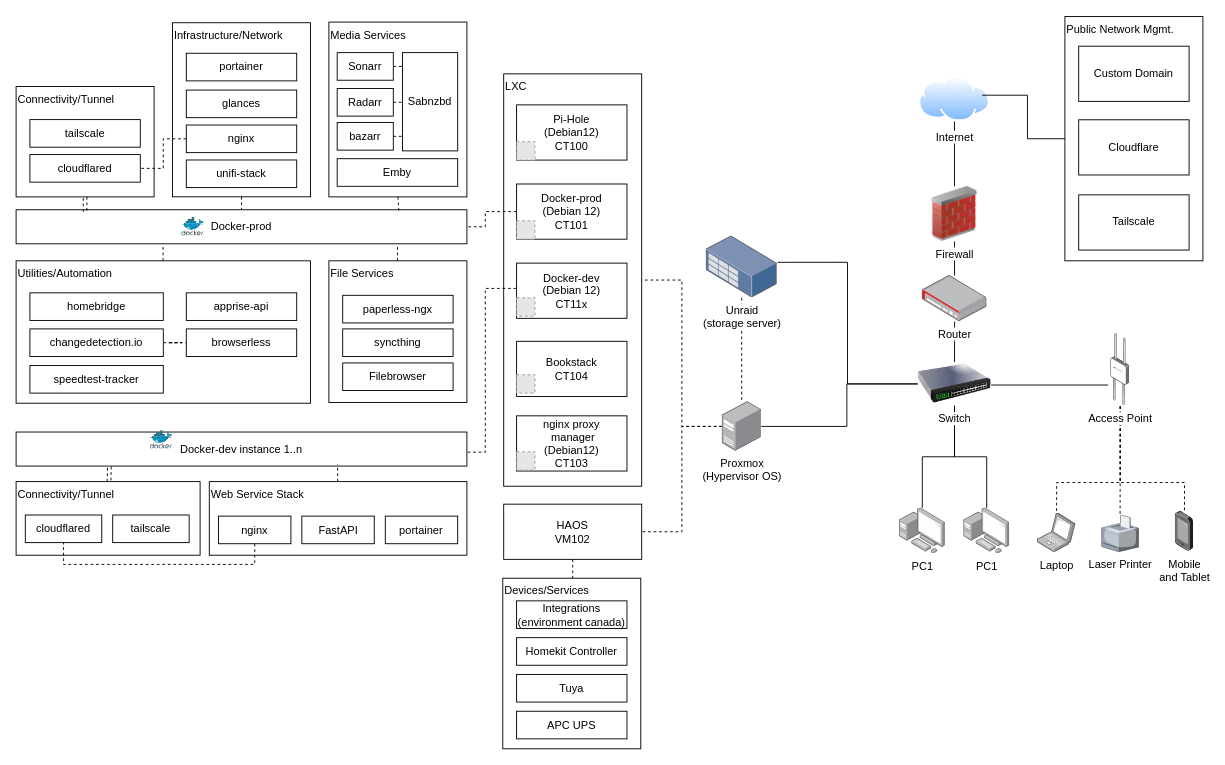
Earlier version of the draw.io diagram 92king_homelab.drawio (danieljai/homelab). Source tidied: cells renumbered, new cells numbered last; positions are measured from the earlier drawing's top-left corner, leaving out a move shared by most shapes. Both pictures are drawn from the tidied source at 92%, with x=0, y=0 at pixel (16, 16). Pictures stored in the file or linked from it are replaced by grey dashed boxes.
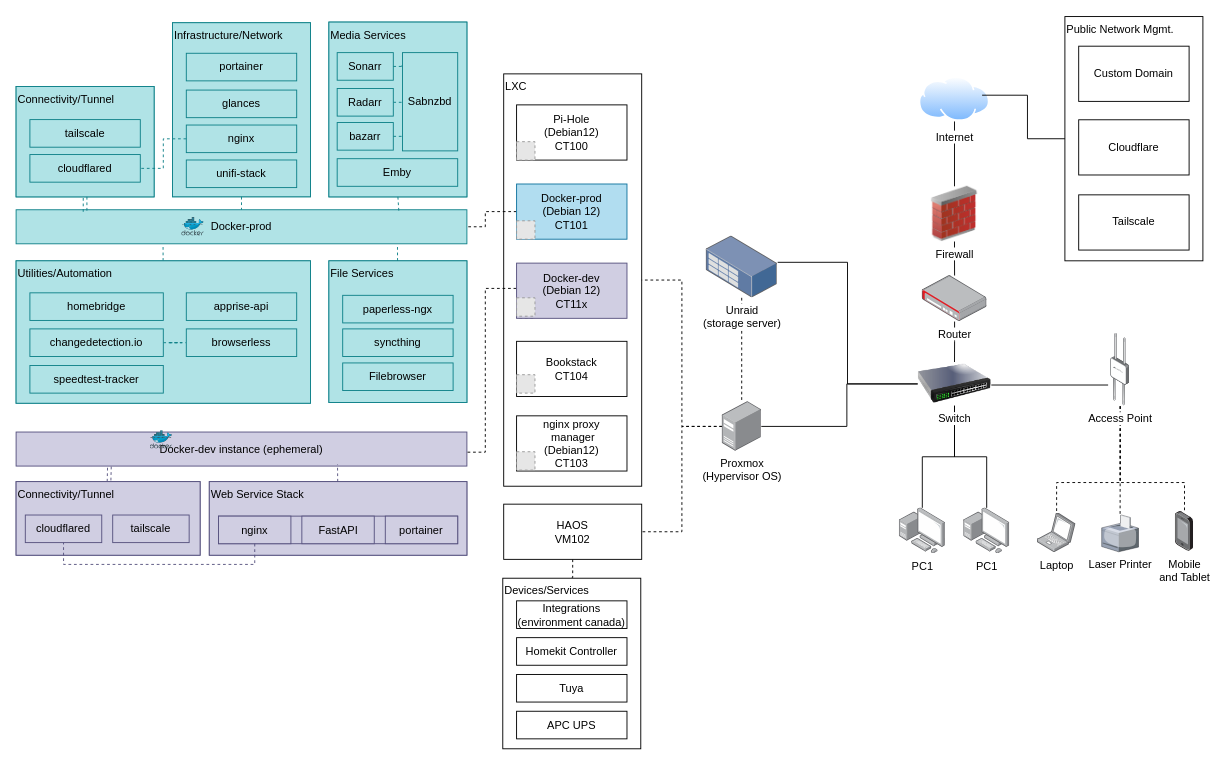
Above is the later version.

Commit message:
add colour coding

Change to the diagram source:
```diff
@@
-    <mxCell id="4" value="Docker-prod&lt;div&gt;(Debian 12)&lt;br&gt;&lt;div&gt;&lt;div&gt;CT101&lt;/div&gt;&lt;/div&gt;&lt;/div&gt;" style="rounded=0;whiteSpace=wrap;html=1;" parent="1" vertex="1">
+    <mxCell id="4" value="Docker-prod&lt;div&gt;(Debian 12)&lt;br&gt;&lt;div&gt;&lt;div&gt;CT101&lt;/div&gt;&lt;/div&gt;&lt;/div&gt;" style="rounded=0;whiteSpace=wrap;html=1;fillColor=#b1ddf0;strokeColor=#10739e;" parent="1" vertex="1">
       <mxGeometry x="544" y="182.5" width="120" height="60" as="geometry" />
     </mxCell>
@@
-    <mxCell id="22" style="group;" parent="1" vertex="1">
+    <mxCell id="22" style="group;fillColor=#b0e3e6;strokeColor=#0e8088;" parent="1" vertex="1">
       <mxGeometry x="170" y="7.2" width="150" height="189.2" as="geometry" />
     </mxCell>
-    <mxCell id="23" value="Infrastructure/Network" style="rounded=0;whiteSpace=wrap;html=1;align=left;verticalAlign=top;" parent="22" vertex="1">
+    <mxCell id="23" value="Infrastructure/Network" style="rounded=0;whiteSpace=wrap;html=1;align=left;verticalAlign=top;fillColor=#b0e3e6;strokeColor=#0e8088;" parent="22" vertex="1">
       <mxGeometry width="150" height="189.2" as="geometry" />
     </mxCell>
-    <mxCell id="24" value="glances" style="rounded=0;whiteSpace=wrap;html=1;" parent="22" vertex="1">
+    <mxCell id="24" value="glances" style="rounded=0;whiteSpace=wrap;html=1;fillColor=#b0e3e6;strokeColor=#0e8088;" parent="22" vertex="1">
       <mxGeometry x="15" y="73.2" width="120" height="30" as="geometry" />
     </mxCell>
-    <mxCell id="25" value="portainer" style="rounded=0;whiteSpace=wrap;html=1;" parent="22" vertex="1">
+    <mxCell id="25" value="portainer" style="rounded=0;whiteSpace=wrap;html=1;fillColor=#b0e3e6;strokeColor=#0e8088;" parent="22" vertex="1">
       <mxGeometry x="15" y="33.2" width="120" height="30" as="geometry" />
     </mxCell>
-    <mxCell id="26" value="unifi-stack" style="rounded=0;whiteSpace=wrap;html=1;" parent="22" vertex="1">
+    <mxCell id="26" value="unifi-stack" style="rounded=0;whiteSpace=wrap;html=1;fillColor=#b0e3e6;strokeColor=#0e8088;" parent="22" vertex="1">
       <mxGeometry x="15" y="149.2" width="120" height="30" as="geometry" />
     </mxCell>
-    <mxCell id="27" value="nginx" style="rounded=0;whiteSpace=wrap;html=1;" parent="22" vertex="1">
+    <mxCell id="27" value="nginx" style="rounded=0;whiteSpace=wrap;html=1;fillColor=#b0e3e6;strokeColor=#0e8088;" parent="22" vertex="1">
       <mxGeometry x="15" y="111.2" width="120" height="30" as="geometry" />
     </mxCell>
-    <mxCell id="28" style="group;" parent="1" vertex="1">
+    <mxCell id="28" style="group;fillColor=#b0e3e6;strokeColor=#0e8088;" parent="1" vertex="1">
       <mxGeometry y="76.5" width="150" height="120" as="geometry" />
     </mxCell>
-    <mxCell id="29" value="Connectivity/Tunnel" style="rounded=0;whiteSpace=wrap;html=1;align=left;verticalAlign=top;" parent="28" vertex="1">
+    <mxCell id="29" value="Connectivity/Tunnel" style="rounded=0;whiteSpace=wrap;html=1;align=left;verticalAlign=top;fillColor=#b0e3e6;strokeColor=#0e8088;" parent="28" vertex="1">
       <mxGeometry width="150" height="120" as="geometry" />
     </mxCell>
-    <mxCell id="30" value="tailscale" style="rounded=0;whiteSpace=wrap;html=1;" parent="28" vertex="1">
+    <mxCell id="30" value="tailscale" style="rounded=0;whiteSpace=wrap;html=1;fillColor=#b0e3e6;strokeColor=#0e8088;" parent="28" vertex="1">
       <mxGeometry x="15" y="36" width="120" height="30" as="geometry" />
     </mxCell>
-    <mxCell id="31" value="cloudflared" style="rounded=0;whiteSpace=wrap;html=1;" parent="28" vertex="1">
+    <mxCell id="31" value="cloudflared" style="rounded=0;whiteSpace=wrap;html=1;fillColor=#b0e3e6;strokeColor=#0e8088;" parent="28" vertex="1">
       <mxGeometry x="15" y="74" width="120" height="30" as="geometry" />
     </mxCell>
@@
-    <mxCell id="57" value="Docker-prod" style="rounded=0;whiteSpace=wrap;html=1;" parent="1" vertex="1">
+    <mxCell id="57" value="Docker-prod" style="rounded=0;whiteSpace=wrap;html=1;fillColor=#b0e3e6;strokeColor=#0e8088;" parent="1" vertex="1">
       <mxGeometry y="210.5" width="490" height="37" as="geometry" />
     </mxCell>
-    <mxCell id="58" style="group;" parent="1" vertex="1">
+    <mxCell id="58" style="group;fillColor=#b0e3e6;strokeColor=#0e8088;" parent="1" vertex="1">
       <mxGeometry x="340" y="6.5" width="150" height="190" as="geometry" />
     </mxCell>
-    <mxCell id="59" value="Media Services" style="rounded=0;whiteSpace=wrap;html=1;align=left;verticalAlign=top;" parent="58" vertex="1">
+    <mxCell id="59" value="Media Services" style="rounded=0;whiteSpace=wrap;html=1;align=left;verticalAlign=top;fillColor=#b0e3e6;strokeColor=#0e8088;" parent="58" vertex="1">
       <mxGeometry width="150" height="190" as="geometry" />
     </mxCell>
-    <mxCell id="60" value="Emby" style="rounded=0;whiteSpace=wrap;html=1;" parent="58" vertex="1">
+    <mxCell id="60" value="Emby" style="rounded=0;whiteSpace=wrap;html=1;fillColor=#b0e3e6;strokeColor=#0e8088;" parent="58" vertex="1">
       <mxGeometry x="9" y="148.5" width="131" height="30" as="geometry" />
     </mxCell>
-    <mxCell id="61" style="edgeStyle=orthogonalEdgeStyle;rounded=0;jettySize=auto;html=1;endArrow=none;startFill=0;dashed=1;" parent="58" edge="1" source="62" target="67">
+    <mxCell id="61" style="edgeStyle=orthogonalEdgeStyle;rounded=0;jettySize=auto;html=1;endArrow=none;startFill=0;dashed=1;fillColor=#b0e3e6;strokeColor=#0e8088;" parent="58" edge="1" source="62" target="67">
       <mxGeometry relative="1" as="geometry" />
     </mxCell>
-    <mxCell id="62" value="Radarr" style="rounded=0;whiteSpace=wrap;html=1;" parent="58" vertex="1">
+    <mxCell id="62" value="Radarr" style="rounded=0;whiteSpace=wrap;html=1;fillColor=#b0e3e6;strokeColor=#0e8088;" parent="58" vertex="1">
       <mxGeometry x="9" y="72.2" width="61" height="30" as="geometry" />
     </mxCell>
-    <mxCell id="63" value="Sonarr" style="rounded=0;whiteSpace=wrap;html=1;" parent="58" vertex="1">
+    <mxCell id="63" value="Sonarr" style="rounded=0;whiteSpace=wrap;html=1;fillColor=#b0e3e6;strokeColor=#0e8088;" parent="58" vertex="1">
       <mxGeometry x="9" y="33.2" width="61" height="30" as="geometry" />
     </mxCell>
-    <mxCell id="64" value="bazarr" style="rounded=0;whiteSpace=wrap;html=1;" parent="58" vertex="1">
+    <mxCell id="64" value="bazarr" style="rounded=0;whiteSpace=wrap;html=1;fillColor=#b0e3e6;strokeColor=#0e8088;" parent="58" vertex="1">
       <mxGeometry x="9" y="109.2" width="61" height="30" as="geometry" />
     </mxCell>
-    <mxCell id="65" style="edgeStyle=orthogonalEdgeStyle;rounded=0;jettySize=auto;html=1;entryX=-0.021;entryY=0.136;entryDx=0;entryDy=0;entryPerimeter=0;endArrow=none;startFill=0;dashed=1;" parent="58" edge="1" source="63" target="67">
+    <mxCell id="65" style="edgeStyle=orthogonalEdgeStyle;rounded=0;jettySize=auto;html=1;entryX=-0.021;entryY=0.136;entryDx=0;entryDy=0;entryPerimeter=0;endArrow=none;startFill=0;dashed=1;fillColor=#b0e3e6;strokeColor=#0e8088;" parent="58" edge="1" source="63" target="67">
       <mxGeometry relative="1" as="geometry" />
     </mxCell>
-    <mxCell id="66" style="edgeStyle=orthogonalEdgeStyle;rounded=0;jettySize=auto;html=1;entryX=0.008;entryY=0.845;entryDx=0;entryDy=0;entryPerimeter=0;endArrow=none;startFill=0;dashed=1;" parent="58" edge="1" source="64" target="67">
+    <mxCell id="66" style="edgeStyle=orthogonalEdgeStyle;rounded=0;jettySize=auto;html=1;entryX=0.008;entryY=0.845;entryDx=0;entryDy=0;entryPerimeter=0;endArrow=none;startFill=0;dashed=1;fillColor=#b0e3e6;strokeColor=#0e8088;" parent="58" edge="1" source="64" target="67">
       <mxGeometry relative="1" as="geometry" />
     </mxCell>
-    <mxCell id="67" value="Sabnzbd" style="rounded=0;whiteSpace=wrap;html=1;" parent="58" vertex="1">
+    <mxCell id="67" value="Sabnzbd" style="rounded=0;whiteSpace=wrap;html=1;fillColor=#b0e3e6;strokeColor=#0e8088;" parent="58" vertex="1">
       <mxGeometry x="80" y="33.2" width="60" height="106.8" as="geometry" />
     </mxCell>
-    <mxCell id="68" style="group;" parent="1" vertex="1">
+    <mxCell id="68" style="group;fillColor=#b0e3e6;strokeColor=#0e8088;" parent="1" vertex="1">
       <mxGeometry x="340" y="266" width="150" height="154" as="geometry" />
     </mxCell>
-    <mxCell id="69" value="File Services" style="rounded=0;whiteSpace=wrap;html=1;align=left;verticalAlign=top;" parent="68" vertex="1">
+    <mxCell id="69" value="File Services" style="rounded=0;whiteSpace=wrap;html=1;align=left;verticalAlign=top;fillColor=#b0e3e6;strokeColor=#0e8088;" parent="68" vertex="1">
       <mxGeometry width="150" height="154" as="geometry" />
     </mxCell>
-    <mxCell id="70" value="syncthing" style="rounded=0;whiteSpace=wrap;html=1;" parent="68" vertex="1">
+    <mxCell id="70" value="syncthing" style="rounded=0;whiteSpace=wrap;html=1;fillColor=#b0e3e6;strokeColor=#0e8088;" parent="68" vertex="1">
       <mxGeometry x="15" y="74" width="120" height="30" as="geometry" />
     </mxCell>
-    <mxCell id="71" value="paperless-ngx" style="rounded=0;whiteSpace=wrap;html=1;" parent="68" vertex="1">
+    <mxCell id="71" value="paperless-ngx" style="rounded=0;whiteSpace=wrap;html=1;fillColor=#b0e3e6;strokeColor=#0e8088;" parent="68" vertex="1">
       <mxGeometry x="15" y="37.5" width="120" height="30" as="geometry" />
     </mxCell>
-    <mxCell id="72" value="Filebrowser" style="rounded=0;whiteSpace=wrap;html=1;" parent="68" vertex="1">
+    <mxCell id="72" value="Filebrowser" style="rounded=0;whiteSpace=wrap;html=1;fillColor=#b0e3e6;strokeColor=#0e8088;" parent="68" vertex="1">
       <mxGeometry x="15" y="111" width="120" height="30" as="geometry" />
     </mxCell>
-    <mxCell id="73" style="rounded=0;jettySize=auto;html=1;entryX=0.326;entryY=1.014;entryDx=0;entryDy=0;entryPerimeter=0;endArrow=none;startFill=0;dashed=1;" parent="1" edge="1" source="79" target="57">
+    <mxCell id="73" style="rounded=0;jettySize=auto;html=1;entryX=0.326;entryY=1.014;entryDx=0;entryDy=0;entryPerimeter=0;endArrow=none;startFill=0;dashed=1;fillColor=#b0e3e6;strokeColor=#0e8088;" parent="1" edge="1" source="79" target="57">
       <mxGeometry relative="1" as="geometry" />
     </mxCell>
-    <mxCell id="74" style="rounded=0;jettySize=auto;html=1;entryX=0.846;entryY=1.041;entryDx=0;entryDy=0;entryPerimeter=0;endArrow=none;startFill=0;dashed=1;" parent="1" edge="1" source="69" target="57">
+    <mxCell id="74" style="rounded=0;jettySize=auto;html=1;entryX=0.846;entryY=1.041;entryDx=0;entryDy=0;entryPerimeter=0;endArrow=none;startFill=0;dashed=1;fillColor=#b0e3e6;strokeColor=#0e8088;" parent="1" edge="1" source="69" target="57">
       <mxGeometry relative="1" as="geometry" />
     </mxCell>
-    <mxCell id="75" style="rounded=0;jettySize=auto;html=1;dashed=1;endArrow=none;startFill=0;exitX=0.5;exitY=1;exitDx=0;exitDy=0;entryX=0.849;entryY=0.038;entryDx=0;entryDy=0;entryPerimeter=0;" parent="1" edge="1" source="59" target="57">
+    <mxCell id="75" style="rounded=0;jettySize=auto;html=1;dashed=1;endArrow=none;startFill=0;exitX=0.5;exitY=1;exitDx=0;exitDy=0;entryX=0.849;entryY=0.038;entryDx=0;entryDy=0;entryPerimeter=0;fillColor=#b0e3e6;strokeColor=#0e8088;" parent="1" edge="1" source="59" target="57">
       <mxGeometry relative="1" as="geometry" />
     </mxCell>
-    <mxCell id="76" style="rounded=0;jettySize=auto;html=1;dashed=1;endArrow=none;startFill=0;exitX=0.5;exitY=1;exitDx=0;exitDy=0;" parent="1" edge="1" source="23" target="57">
+    <mxCell id="76" style="rounded=0;jettySize=auto;html=1;dashed=1;endArrow=none;startFill=0;exitX=0.5;exitY=1;exitDx=0;exitDy=0;fillColor=#b0e3e6;strokeColor=#0e8088;" parent="1" edge="1" source="23" target="57">
       <mxGeometry relative="1" as="geometry" />
     </mxCell>
-    <mxCell id="77" style="rounded=0;jettySize=auto;html=1;entryX=0.153;entryY=0.06;entryDx=0;entryDy=0;entryPerimeter=0;dashed=1;endArrow=none;startFill=0;shape=link;" parent="1" edge="1" source="29" target="57">
+    <mxCell id="77" style="rounded=0;jettySize=auto;html=1;entryX=0.153;entryY=0.06;entryDx=0;entryDy=0;entryPerimeter=0;dashed=1;endArrow=none;startFill=0;shape=link;fillColor=#b0e3e6;strokeColor=#0e8088;" parent="1" edge="1" source="29" target="57">
       <mxGeometry relative="1" as="geometry" />
     </mxCell>
-    <mxCell id="78" style="group;" parent="1" vertex="1">
+    <mxCell id="78" style="group;fillColor=#b0e3e6;strokeColor=#0e8088;" parent="1" vertex="1">
       <mxGeometry y="266" width="320" height="154.8" as="geometry" />
     </mxCell>
-    <mxCell id="79" value="Utilities/Automation" style="rounded=0;whiteSpace=wrap;html=1;align=left;verticalAlign=top;" parent="78" vertex="1">
+    <mxCell id="79" value="Utilities/Automation" style="rounded=0;whiteSpace=wrap;html=1;align=left;verticalAlign=top;fillColor=#b0e3e6;strokeColor=#0e8088;" parent="78" vertex="1">
       <mxGeometry width="320" height="154.8" as="geometry" />
     </mxCell>
-    <mxCell id="80" style="edgeStyle=orthogonalEdgeStyle;rounded=0;jettySize=auto;html=1;entryX=0;entryY=0.5;entryDx=0;entryDy=0;endArrow=none;startFill=0;dashed=1;" parent="78" edge="1" source="83" target="81">
+    <mxCell id="80" style="edgeStyle=orthogonalEdgeStyle;rounded=0;jettySize=auto;html=1;entryX=0;entryY=0.5;entryDx=0;entryDy=0;endArrow=none;startFill=0;dashed=1;fillColor=#b0e3e6;strokeColor=#0e8088;" parent="78" edge="1" source="83" target="81">
       <mxGeometry relative="1" as="geometry" />
     </mxCell>
-    <mxCell id="81" value="browserless" style="rounded=0;whiteSpace=wrap;html=1;" parent="78" vertex="1">
+    <mxCell id="81" value="browserless" style="rounded=0;whiteSpace=wrap;html=1;fillColor=#b0e3e6;strokeColor=#0e8088;" parent="78" vertex="1">
       <mxGeometry x="185" y="74" width="120" height="30" as="geometry" />
     </mxCell>
-    <mxCell id="82" value="apprise-api" style="rounded=0;whiteSpace=wrap;html=1;" parent="78" vertex="1">
+    <mxCell id="82" value="apprise-api" style="rounded=0;whiteSpace=wrap;html=1;fillColor=#b0e3e6;strokeColor=#0e8088;" parent="78" vertex="1">
       <mxGeometry x="185" y="34.8" width="120" height="30" as="geometry" />
     </mxCell>
-    <mxCell id="83" value="changedetection.io" style="rounded=0;whiteSpace=wrap;html=1;" parent="78" vertex="1">
+    <mxCell id="83" value="changedetection.io" style="rounded=0;whiteSpace=wrap;html=1;fillColor=#b0e3e6;strokeColor=#0e8088;" parent="78" vertex="1">
       <mxGeometry x="15" y="74" width="145" height="30" as="geometry" />
     </mxCell>
-    <mxCell id="84" value="homebridge" style="rounded=0;whiteSpace=wrap;html=1;" parent="78" vertex="1">
+    <mxCell id="84" value="homebridge" style="rounded=0;whiteSpace=wrap;html=1;fillColor=#b0e3e6;strokeColor=#0e8088;" parent="78" vertex="1">
       <mxGeometry x="15" y="34.8" width="145" height="30" as="geometry" />
     </mxCell>
-    <mxCell id="85" value="speedtest-tracker" style="rounded=0;whiteSpace=wrap;html=1;" parent="78" vertex="1">
+    <mxCell id="85" value="speedtest-tracker" style="rounded=0;whiteSpace=wrap;html=1;fillColor=#b0e3e6;strokeColor=#0e8088;" parent="78" vertex="1">
       <mxGeometry x="15" y="113.8" width="145" height="30" as="geometry" />
     </mxCell>
-    <mxCell id="86" style="image;sketch=0;html=1;align=center;fontSize=12;image=img/lib/mscae/Docker.svg;" parent="1" vertex="1">
+    <mxCell id="86" style="image;sketch=0;html=1;align=center;fontSize=12;image=img/lib/mscae/Docker.svg;fillColor=#b0e3e6;strokeColor=#0e8088;" parent="1" vertex="1">
       <mxGeometry x="180" y="219" width="24.4" height="20" as="geometry" />
     </mxCell>
-    <mxCell id="87" value="Docker-dev instance 1..n" style="rounded=0;whiteSpace=wrap;html=1;" parent="1" vertex="1">
+    <mxCell id="87" value="Docker-dev instance (ephemeral)" style="rounded=0;whiteSpace=wrap;html=1;fillColor=#d0cee2;strokeColor=#56517e;" parent="1" vertex="1">
       <mxGeometry y="452.1" width="490" height="37" as="geometry" />
     </mxCell>
-    <mxCell id="88" style="image;sketch=0;html=1;align=center;fontSize=12;image=img/lib/mscae/Docker.svg;" parent="1" vertex="1">
+    <mxCell id="88" style="image;sketch=0;html=1;align=center;fontSize=12;image=img/lib/mscae/Docker.svg;fillColor=#d0cee2;strokeColor=#56517e;" parent="1" vertex="1">
       <mxGeometry x="145.6" y="450.6" width="24.4" height="20" as="geometry" />
     </mxCell>
-    <mxCell id="89" style="group;" parent="1" vertex="1">
+    <mxCell id="89" style="group;fillColor=#d0cee2;strokeColor=#56517e;" parent="1" vertex="1">
       <mxGeometry x="210" y="506" width="280" height="80" as="geometry" />
     </mxCell>
-    <mxCell id="90" value="Web Service Stack" style="rounded=0;whiteSpace=wrap;html=1;align=left;verticalAlign=top;" parent="89" vertex="1">
+    <mxCell id="90" value="Web Service Stack" style="rounded=0;whiteSpace=wrap;html=1;align=left;verticalAlign=top;fillColor=#d0cee2;strokeColor=#56517e;" parent="89" vertex="1">
       <mxGeometry width="280" height="80" as="geometry" />
     </mxCell>
-    <mxCell id="91" style="group;" parent="89" vertex="1">
+    <mxCell id="91" style="group;fillColor=#d0cee2;strokeColor=#56517e;" parent="89" vertex="1">
       <mxGeometry x="10" y="37.5" width="260" height="30" as="geometry" />
     </mxCell>
-    <mxCell id="92" value="nginx" style="rounded=0;whiteSpace=wrap;html=1;" parent="91" vertex="1">
+    <mxCell id="92" value="nginx" style="rounded=0;whiteSpace=wrap;html=1;fillColor=#d0cee2;strokeColor=#56517e;" parent="91" vertex="1">
       <mxGeometry width="78.7" height="30" as="geometry" />
     </mxCell>
-    <mxCell id="93" value="FastAPI" style="rounded=0;whiteSpace=wrap;html=1;" parent="91" vertex="1">
+    <mxCell id="93" value="FastAPI" style="rounded=0;whiteSpace=wrap;html=1;fillColor=#d0cee2;strokeColor=#56517e;" parent="91" vertex="1">
       <mxGeometry x="90.6" width="78.7" height="30" as="geometry" />
     </mxCell>
-    <mxCell id="94" value="portainer" style="rounded=0;whiteSpace=wrap;html=1;" parent="91" vertex="1">
+    <mxCell id="94" value="portainer" style="rounded=0;whiteSpace=wrap;html=1;fillColor=#d0cee2;strokeColor=#56517e;" parent="91" vertex="1">
       <mxGeometry x="181.3" width="78.7" height="30" as="geometry" />
     </mxCell>
-    <mxCell id="95" style="rounded=0;jettySize=auto;html=1;entryX=0.713;entryY=0.954;entryDx=0;entryDy=0;entryPerimeter=0;endArrow=none;startFill=0;dashed=1;" parent="1" edge="1" source="90" target="87">
+    <mxCell id="95" style="rounded=0;jettySize=auto;html=1;entryX=0.713;entryY=0.954;entryDx=0;entryDy=0;entryPerimeter=0;endArrow=none;startFill=0;dashed=1;fillColor=#d0cee2;strokeColor=#56517e;" parent="1" edge="1" source="90" target="87">
       <mxGeometry relative="1" as="geometry" />
     </mxCell>
-    <mxCell id="96" style="rounded=0;jettySize=auto;html=1;endArrow=none;startFill=0;entryX=0.207;entryY=1.015;entryDx=0;entryDy=0;entryPerimeter=0;shape=link;dashed=1;" parent="1" edge="1" source="105" target="87">
+    <mxCell id="96" style="rounded=0;jettySize=auto;html=1;endArrow=none;startFill=0;entryX=0.207;entryY=1.015;entryDx=0;entryDy=0;entryPerimeter=0;shape=link;dashed=1;fillColor=#d0cee2;strokeColor=#56517e;" parent="1" edge="1" source="105" target="87">
       <mxGeometry relative="1" as="geometry" />
     </mxCell>
-    <mxCell id="97" style="edgeStyle=orthogonalEdgeStyle;rounded=0;jettySize=auto;html=1;entryX=1;entryY=0.5;entryDx=0;entryDy=0;dashed=1;endArrow=none;startFill=0;" parent="1" edge="1" source="27" target="31">
+    <mxCell id="97" style="edgeStyle=orthogonalEdgeStyle;rounded=0;jettySize=auto;html=1;entryX=1;entryY=0.5;entryDx=0;entryDy=0;dashed=1;endArrow=none;startFill=0;fillColor=#b0e3e6;strokeColor=#0e8088;" parent="1" edge="1" source="27" target="31">
       <mxGeometry relative="1" as="geometry" />
     </mxCell>
@@
-    <mxCell id="104" style="group;" parent="1" vertex="1">
+    <mxCell id="104" style="group;fillColor=#d0cee2;strokeColor=#56517e;" parent="1" vertex="1">
       <mxGeometry y="506" width="200" height="80" as="geometry" />
     </mxCell>
-    <mxCell id="105" value="Connectivity/Tunnel" style="rounded=0;whiteSpace=wrap;html=1;align=left;verticalAlign=top;" parent="104" vertex="1">
+    <mxCell id="105" value="Connectivity/Tunnel" style="rounded=0;whiteSpace=wrap;html=1;align=left;verticalAlign=top;fillColor=#d0cee2;strokeColor=#56517e;" parent="104" vertex="1">
       <mxGeometry width="200" height="80" as="geometry" />
     </mxCell>
-    <mxCell id="106" value="tailscale" style="rounded=0;whiteSpace=wrap;html=1;" parent="104" vertex="1">
+    <mxCell id="106" value="tailscale" style="rounded=0;whiteSpace=wrap;html=1;fillColor=#d0cee2;strokeColor=#56517e;" parent="104" vertex="1">
       <mxGeometry x="105" y="36.3" width="83.1" height="30" as="geometry" />
     </mxCell>
-    <mxCell id="107" value="cloudflared" style="rounded=0;whiteSpace=wrap;html=1;" parent="104" vertex="1">
+    <mxCell id="107" value="cloudflared" style="rounded=0;whiteSpace=wrap;html=1;fillColor=#d0cee2;strokeColor=#56517e;" parent="104" vertex="1">
       <mxGeometry x="10" y="36.3" width="83.1" height="30" as="geometry" />
     </mxCell>
-    <mxCell id="108" style="edgeStyle=orthogonalEdgeStyle;rounded=0;jettySize=auto;html=1;entryX=0.5;entryY=1;entryDx=0;entryDy=0;dashed=1;endArrow=none;startFill=0;" parent="1" edge="1" source="92" target="107">
+    <mxCell id="108" style="edgeStyle=orthogonalEdgeStyle;rounded=0;jettySize=auto;html=1;entryX=0.5;entryY=1;entryDx=0;entryDy=0;dashed=1;endArrow=none;startFill=0;fillColor=#d0cee2;strokeColor=#56517e;" parent="1" edge="1" source="92" target="107">
       <mxGeometry relative="1" as="geometry">
         <Array as="points">
           <mxPoint x="259" y="596" />
           <mxPoint x="52" y="596" />
         </Array>
       </mxGeometry>
     </mxCell>
-    <mxCell id="109" value="Docker-dev&lt;div&gt;(Debian 12)&lt;br&gt;&lt;div&gt;&lt;div&gt;CT11x&lt;/div&gt;&lt;/div&gt;&lt;/div&gt;" style="rounded=0;whiteSpace=wrap;html=1;" parent="1" vertex="1">
+    <mxCell id="109" value="Docker-dev&lt;div&gt;(Debian 12)&lt;br&gt;&lt;div&gt;&lt;div&gt;CT11x&lt;/div&gt;&lt;/div&gt;&lt;/div&gt;" style="rounded=0;whiteSpace=wrap;html=1;fillColor=#d0cee2;strokeColor=#56517e;" parent="1" vertex="1">
       <mxGeometry x="544" y="268.5" width="120" height="60" as="geometry" />
     </mxCell>
```
